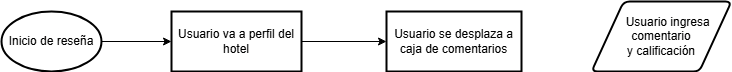
Earlier version of the draw.io export Flujograma de reseñas.png (DjGuetta/App-Hotel-Management). Source tidied: cells renumbered, new cells last; positions are measured from the earlier drawing's top-left corner, leaving out a move shared by most shapes.
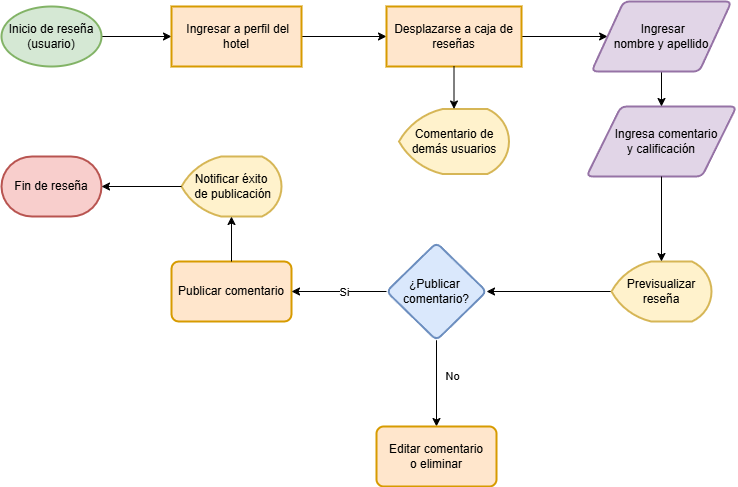
The same file after the commit.

Commit message:
Conclusión de flujograma de reseñas

Change to the diagram source:
```diff
@@ -5,20 +5,81 @@
     <mxCell id="2" style="edgeStyle=orthogonalEdgeStyle;rounded=0;jettySize=auto;html=1;" parent="1" edge="1" source="3" target="5">
       <mxGeometry relative="1" as="geometry" />
     </mxCell>
-    <mxCell id="3" value="Inicio de reseña" style="strokeWidth=2;html=1;shape=mxgraph.flowchart.start_1;whiteSpace=wrap;" parent="1" vertex="1">
+    <mxCell id="3" value="Inicio de reseña&lt;div&gt;(usuario)&lt;/div&gt;" style="strokeWidth=2;html=1;shape=mxgraph.flowchart.start_1;whiteSpace=wrap;fillColor=#d5e8d4;strokeColor=#82b366;" parent="1" vertex="1">
       <mxGeometry y="10" width="100" height="60" as="geometry" />
     </mxCell>
     <mxCell id="4" style="edgeStyle=orthogonalEdgeStyle;rounded=0;jettySize=auto;html=1;" parent="1" edge="1" source="5" target="6">
       <mxGeometry relative="1" as="geometry" />
     </mxCell>
-    <mxCell id="5" value="Usuario va a perfil del hotel" style="whiteSpace=wrap;html=1;strokeWidth=2;" parent="1" vertex="1">
+    <mxCell id="5" value="&amp;nbsp;Ingresar a perfil del hotel" style="whiteSpace=wrap;html=1;strokeWidth=2;fillColor=#ffe6cc;strokeColor=#d79b00;" parent="1" vertex="1">
       <mxGeometry x="170" y="10" width="130" height="60" as="geometry" />
     </mxCell>
+    <mxCell id="8" style="edgeStyle=orthogonalEdgeStyle;rounded=0;jettySize=auto;html=1;exitX=1;exitY=0.5;exitDx=0;exitDy=0;entryX=0;entryY=0.5;entryDx=0;entryDy=0;" parent="1" edge="1" source="6" target="10">
+      <mxGeometry relative="1" as="geometry" />
+    </mxCell>
-    <mxCell id="6" value="Usuario se desplaza a caja de comentarios" style="whiteSpace=wrap;html=1;strokeWidth=2;" parent="1" vertex="1">
+    <mxCell id="6" value="Desplazarse a caja de reseñas" style="whiteSpace=wrap;html=1;strokeWidth=2;fillColor=#ffe6cc;strokeColor=#d79b00;" parent="1" vertex="1">
       <mxGeometry x="385" y="10" width="135" height="60" as="geometry" />
     </mxCell>
-    <mxCell id="7" value="&amp;nbsp; &amp;nbsp; Usuario ingresa comentario&lt;div&gt;y calificación&lt;/div&gt;" style="shape=parallelogram;html=1;strokeWidth=2;perimeter=parallelogramPerimeter;whiteSpace=wrap;rounded=1;arcSize=12;size=0.23;" parent="1" vertex="1">
-      <mxGeometry x="590" width="140" height="70" as="geometry" />
+    <mxCell id="7" value="&amp;nbsp; &amp;nbsp;Ingresa comentario&lt;div&gt;y calificación&lt;/div&gt;" style="shape=parallelogram;html=1;strokeWidth=2;perimeter=parallelogramPerimeter;whiteSpace=wrap;rounded=1;arcSize=12;size=0.23;fillColor=#e1d5e7;strokeColor=#9673a6;" parent="1" vertex="1">
+      <mxGeometry x="585" y="110" width="150" height="70" as="geometry" />
     </mxCell>
+    <mxCell id="9" style="edgeStyle=orthogonalEdgeStyle;rounded=0;jettySize=auto;html=1;" parent="1" edge="1" source="10" target="7">
+      <mxGeometry relative="1" as="geometry" />
+    </mxCell>
+    <mxCell id="10" value="&amp;nbsp;Ingresar&lt;div&gt;nombre y apellido&lt;/div&gt;" style="shape=parallelogram;html=1;strokeWidth=2;perimeter=parallelogramPerimeter;whiteSpace=wrap;rounded=1;arcSize=12;size=0.23;fillColor=#e1d5e7;strokeColor=#9673a6;" parent="1" vertex="1">
+      <mxGeometry x="590" y="5" width="140" height="70" as="geometry" />
+    </mxCell>
+    <mxCell id="11" value="Publicar comentario" style="whiteSpace=wrap;html=1;strokeWidth=2;rounded=1;arcSize=12;fillColor=#ffe6cc;strokeColor=#d79b00;" parent="1" vertex="1">
+      <mxGeometry x="170" y="265" width="120" height="60" as="geometry" />
+    </mxCell>
+    <mxCell id="12" value="Comentario de demás usuarios" style="strokeWidth=2;html=1;shape=mxgraph.flowchart.display;whiteSpace=wrap;fillColor=#fff2cc;strokeColor=#d6b656;" parent="1" vertex="1">
+      <mxGeometry x="397.5" y="112.5" width="110" height="65" as="geometry" />
+    </mxCell>
+    <mxCell id="13" style="edgeStyle=orthogonalEdgeStyle;rounded=0;jettySize=auto;html=1;exitX=0.5;exitY=1;exitDx=0;exitDy=0;entryX=0.5;entryY=0;entryDx=0;entryDy=0;entryPerimeter=0;" parent="1" edge="1" source="6" target="12">
+      <mxGeometry relative="1" as="geometry" />
+    </mxCell>
+    <mxCell id="14" style="edgeStyle=orthogonalEdgeStyle;rounded=0;jettySize=auto;html=1;exitX=0;exitY=0.5;exitDx=0;exitDy=0;entryX=1;entryY=0.5;entryDx=0;entryDy=0;" parent="1" edge="1" source="18" target="11">
+      <mxGeometry relative="1" as="geometry" />
+    </mxCell>
+    <mxCell id="15" value="Si" style="edgeLabel;html=1;align=center;verticalAlign=middle;" parent="14" vertex="1">
+      <mxGeometry x="-0.12" y="1" relative="1" as="geometry">
+        <mxPoint y="-1" as="offset" />
+      </mxGeometry>
+    </mxCell>
+    <mxCell id="16" style="edgeStyle=orthogonalEdgeStyle;rounded=0;jettySize=auto;html=1;exitX=0.5;exitY=1;exitDx=0;exitDy=0;entryX=0.5;entryY=0;entryDx=0;entryDy=0;" parent="1" edge="1" source="18" target="19">
+      <mxGeometry relative="1" as="geometry" />
+    </mxCell>
+    <mxCell id="17" value="&lt;div&gt;&lt;span style=&quot;background-color: light-dark(#ffffff, var(--ge-dark-color, #121212)); color: light-dark(rgb(0, 0, 0), rgb(255, 255, 255));&quot;&gt;No&lt;/span&gt;&lt;/div&gt;" style="edgeLabel;html=1;align=center;verticalAlign=middle;" parent="16" vertex="1">
+      <mxGeometry x="-0.26" y="2" relative="1" as="geometry">
+        <mxPoint x="13" y="4" as="offset" />
+      </mxGeometry>
+    </mxCell>
+    <mxCell id="18" value="¿Publicar&amp;nbsp;&lt;div&gt;&lt;span style=&quot;background-color: transparent; color: light-dark(rgb(0, 0, 0), rgb(255, 255, 255));&quot;&gt;comentario?&lt;/span&gt;&lt;/div&gt;" style="rhombus;whiteSpace=wrap;html=1;strokeWidth=2;rounded=1;arcSize=12;fillColor=#dae8fc;strokeColor=#6c8ebf;" parent="1" vertex="1">
+      <mxGeometry x="385" y="246.2" width="100" height="97.5" as="geometry" />
+    </mxCell>
+    <mxCell id="19" value="Editar comentario&lt;div&gt;o eliminar&lt;/div&gt;" style="whiteSpace=wrap;html=1;strokeWidth=2;rounded=1;arcSize=12;fillColor=#ffe6cc;strokeColor=#d79b00;" parent="1" vertex="1">
+      <mxGeometry x="375" y="430" width="120" height="60" as="geometry" />
+    </mxCell>
+    <mxCell id="20" style="edgeStyle=orthogonalEdgeStyle;rounded=0;jettySize=auto;html=1;exitX=0;exitY=0.5;exitDx=0;exitDy=0;exitPerimeter=0;entryX=1;entryY=0.5;entryDx=0;entryDy=0;" parent="1" edge="1" source="21" target="18">
+      <mxGeometry relative="1" as="geometry" />
+    </mxCell>
+    <mxCell id="21" value="Previsualizar&lt;div&gt;reseña&lt;/div&gt;" style="strokeWidth=2;html=1;shape=mxgraph.flowchart.display;whiteSpace=wrap;fillColor=#fff2cc;strokeColor=#d6b656;" parent="1" vertex="1">
+      <mxGeometry x="610" y="265" width="100" height="60" as="geometry" />
+    </mxCell>
+    <mxCell id="22" style="edgeStyle=orthogonalEdgeStyle;rounded=0;jettySize=auto;html=1;exitX=0.5;exitY=1;exitDx=0;exitDy=0;entryX=0.5;entryY=0;entryDx=0;entryDy=0;entryPerimeter=0;" parent="1" edge="1" source="7" target="21">
+      <mxGeometry relative="1" as="geometry" />
+    </mxCell>
+    <mxCell id="23" value="Notificar éxito&lt;div&gt;&amp;nbsp;de publicación&lt;/div&gt;" style="strokeWidth=2;html=1;shape=mxgraph.flowchart.display;whiteSpace=wrap;fillColor=#fff2cc;strokeColor=#d6b656;" parent="1" vertex="1">
+      <mxGeometry x="180" y="160" width="100" height="60" as="geometry" />
+    </mxCell>
+    <mxCell id="24" style="edgeStyle=orthogonalEdgeStyle;rounded=0;jettySize=auto;html=1;exitX=0.5;exitY=0;exitDx=0;exitDy=0;entryX=0.5;entryY=1;entryDx=0;entryDy=0;entryPerimeter=0;" parent="1" edge="1" source="11" target="23">
+      <mxGeometry relative="1" as="geometry" />
+    </mxCell>
+    <mxCell id="25" value="Fin de reseña" style="strokeWidth=2;html=1;shape=mxgraph.flowchart.terminator;whiteSpace=wrap;fillColor=#f8cecc;strokeColor=#b85450;" parent="1" vertex="1">
+      <mxGeometry y="160" width="100" height="60" as="geometry" />
+    </mxCell>
+    <mxCell id="26" style="edgeStyle=orthogonalEdgeStyle;rounded=0;jettySize=auto;html=1;exitX=0;exitY=0.5;exitDx=0;exitDy=0;exitPerimeter=0;entryX=1;entryY=0.5;entryDx=0;entryDy=0;entryPerimeter=0;" parent="1" edge="1" source="23" target="25">
+      <mxGeometry relative="1" as="geometry" />
+    </mxCell>
   </root>
 </mxGraphModel>
```
